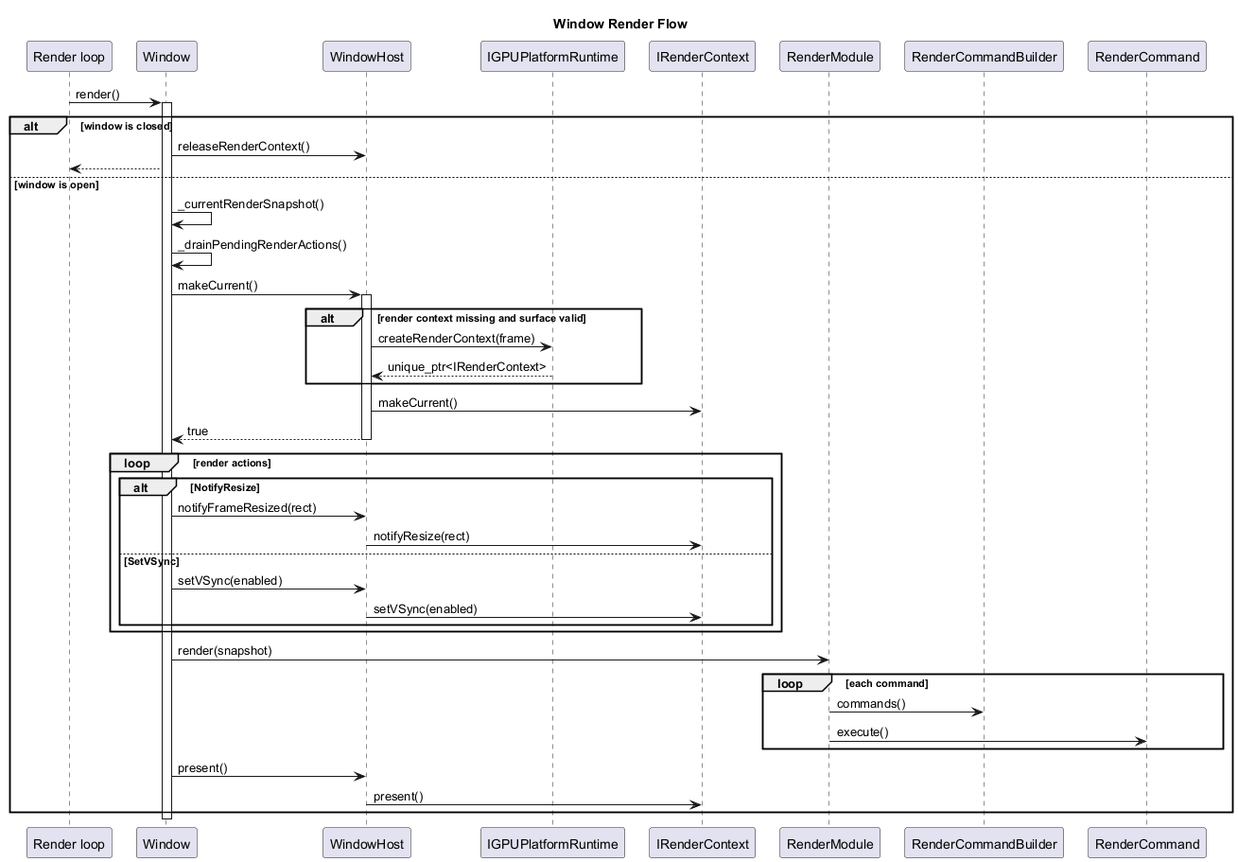
Above: documentation/architecture/diagrams/window-render-sequence.png in Hyarius/Sparkle (PlantUML), before the change.
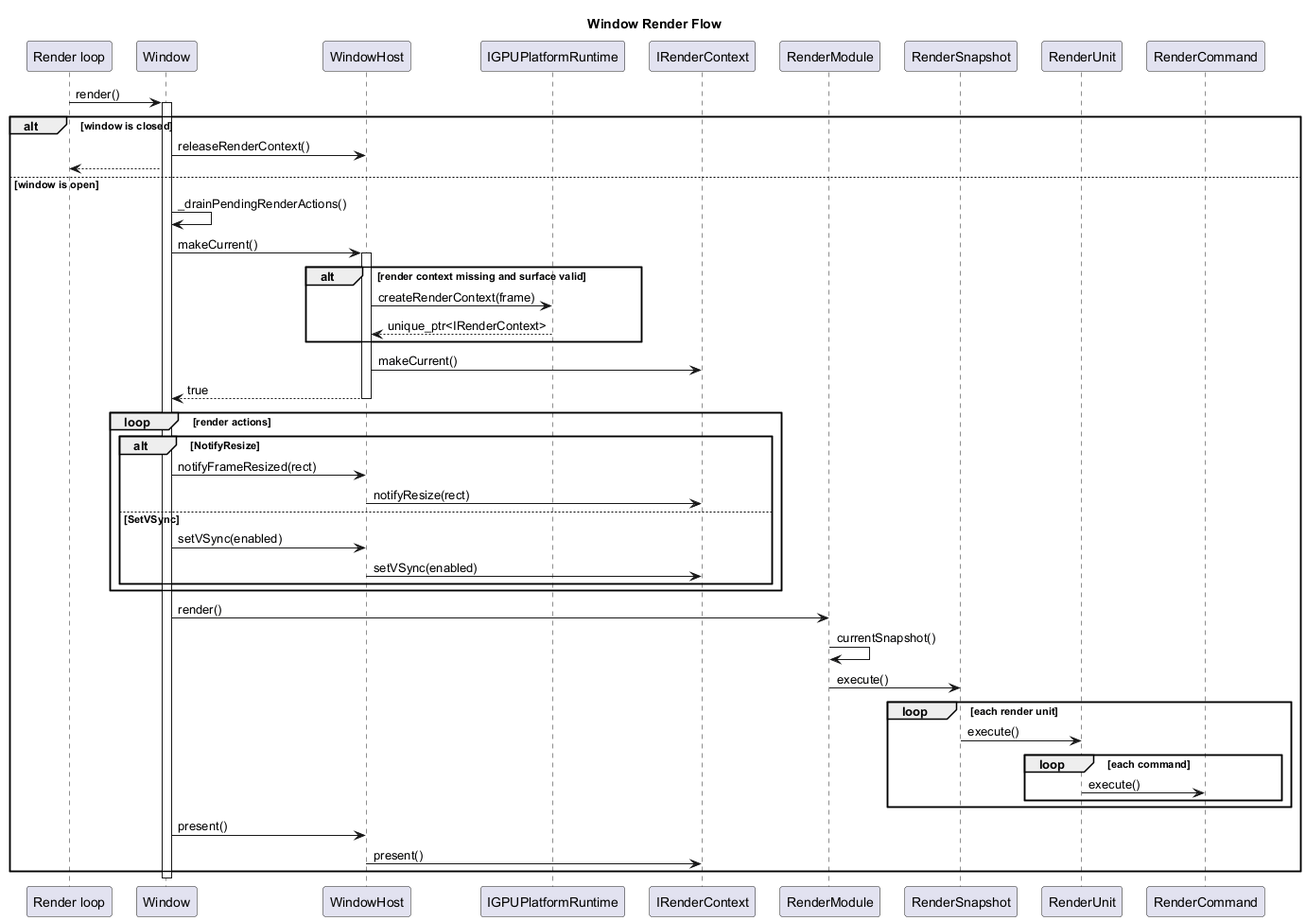
After the commit.

Change to the diagram source:
```diff
@@ -9,7 +9,8 @@
 participant "IGPUPlatformRuntime" as GPURuntime
 participant "IRenderContext" as Context
 participant "RenderModule" as RenderModule
-participant "RenderCommandBuilder" as Builder
+participant "RenderSnapshot" as Snapshot
+participant "RenderUnit" as Unit
 participant "RenderCommand" as Command
 
 RenderLoop -> Window : render()
@@ -19,7 +20,6 @@
 	Window -> Host : releaseRenderContext()
 	Window --> RenderLoop
 else window is open
-	Window -> Window : _currentRenderSnapshot()
 	Window -> Window : _drainPendingRenderActions()
 	Window -> Host : makeCurrent()
 	activate Host
@@ -41,10 +41,14 @@
 		end
 	end
 
-	Window -> RenderModule : render(snapshot)
-	loop each command
-		RenderModule -> Builder : commands()
-		RenderModule -> Command : execute()
+	Window -> RenderModule : render()
+	RenderModule -> RenderModule : currentSnapshot()
+	RenderModule -> Snapshot : execute()
+	loop each render unit
+		Snapshot -> Unit : execute()
+		loop each command
+			Unit -> Command : execute()
+		end
 	end
 	Window -> Host : present()
 	Host -> Context : present()
```
